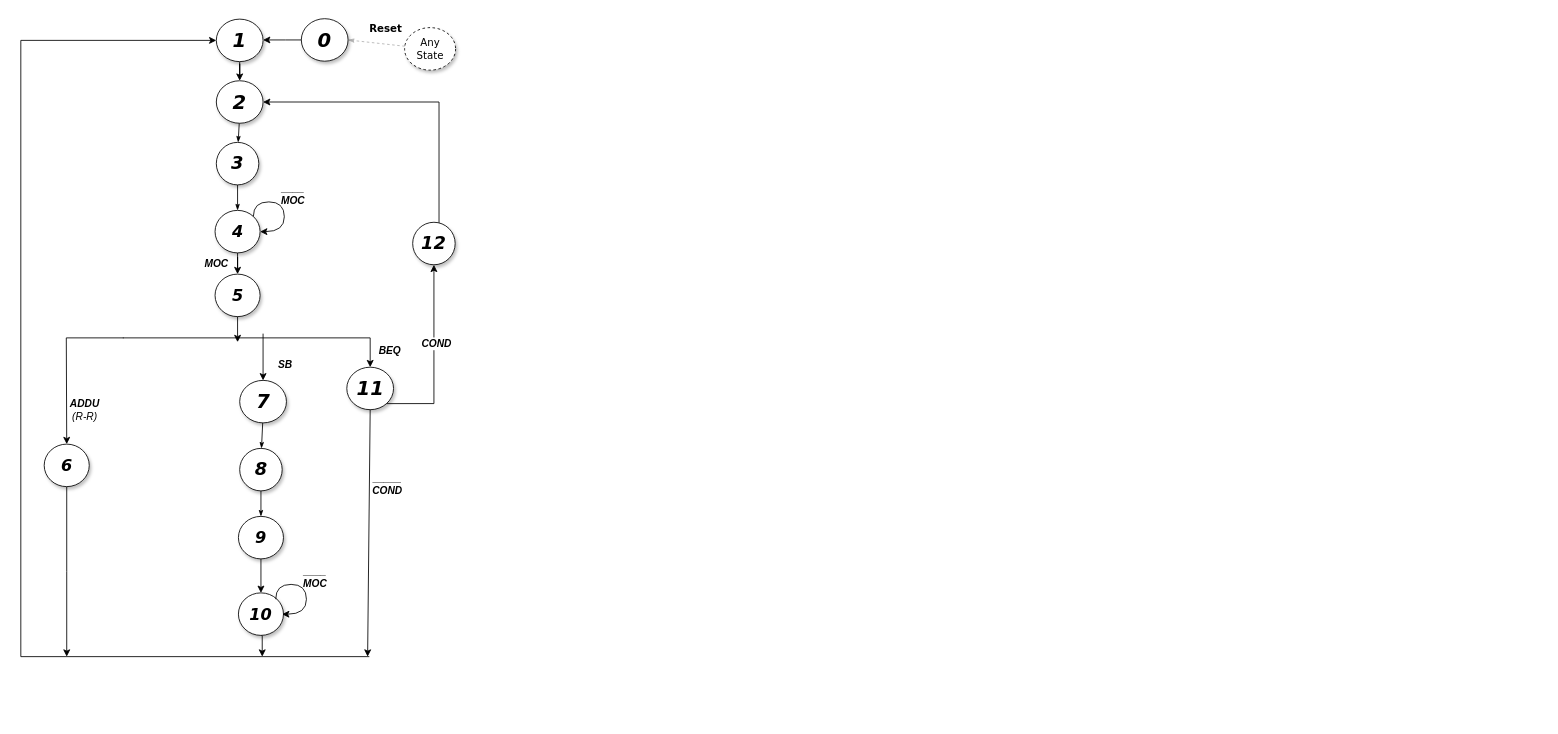
This is CPU_State_Diag.drawio from TheParodicts/MIPS_CPU_Diagram, a draw.io file, before an edit. Source tidied: cells renumbered, new cells numbered last; positions are measured from the earlier drawing's top-left corner, leaving out a move shared by most shapes. Both pictures are drawn from the tidied source at 85%, with x=0, y=0 at pixel (20, 19).
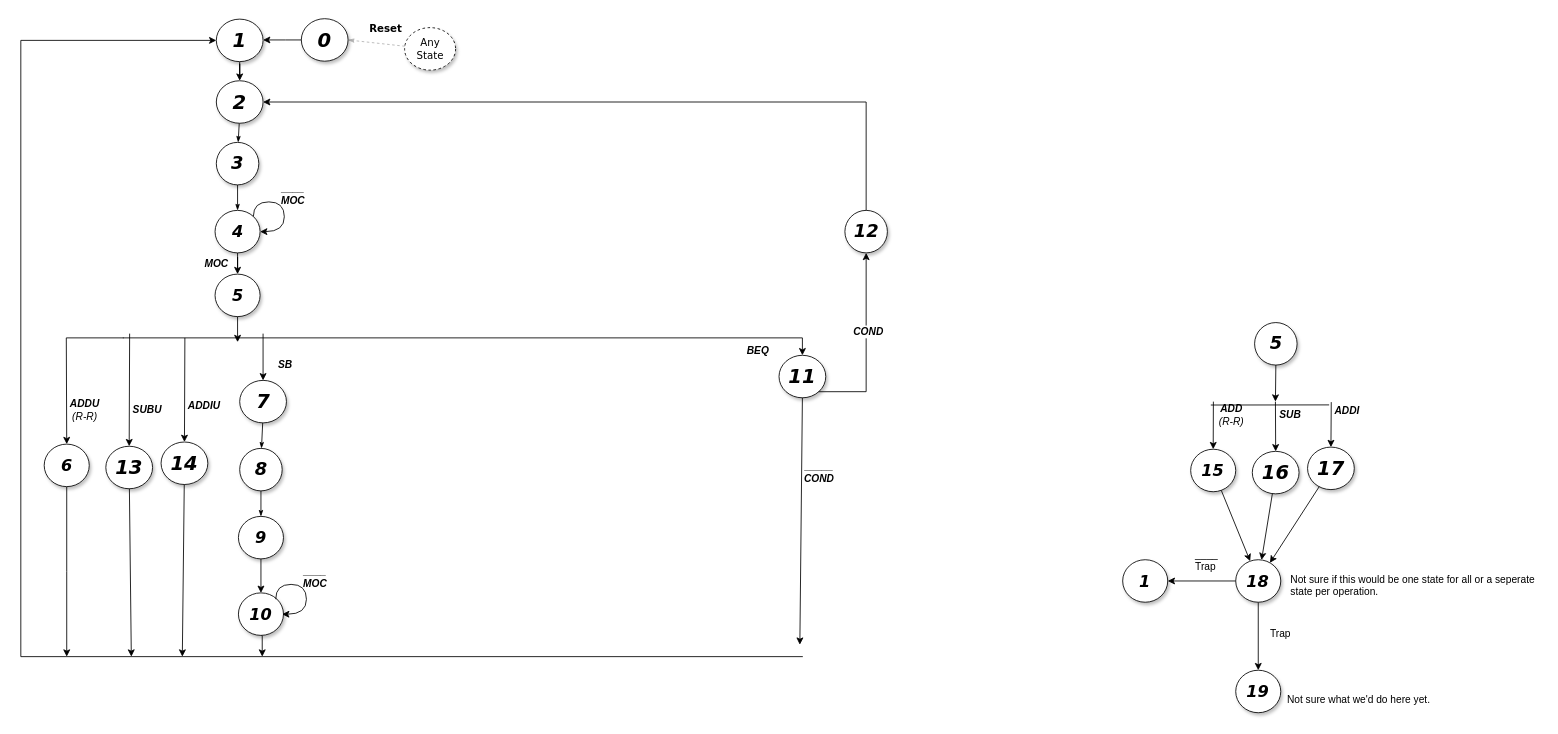
After the change.

Commit message:
Started adding preliminary nodes for new instructions.

The change refers to these unchanged cells:
```xml
<mxCell id="5" value="&lt;b&gt;&lt;i&gt;&lt;font style=&quot;font-size: 23px&quot;&gt;2&lt;/font&gt;&lt;/i&gt;&lt;/b&gt;" style="ellipse;whiteSpace=wrap;html=1;rounded=0;shadow=1;comic=0;labelBackgroundColor=none;strokeColor=#000000;strokeWidth=1;fillColor=#FFFFFF;fontFamily=Verdana;fontSize=12;fontColor=#000000;align=center;" parent="1" vertex="1">
  <mxGeometry x="230" y="72.5" width="55" height="50" as="geometry" />
</mxCell>
<mxCell id="9" value="&lt;b&gt;&lt;i&gt;&lt;font style=&quot;font-size: 23px&quot;&gt;1&lt;/font&gt;&lt;/i&gt;&lt;/b&gt;" style="ellipse;whiteSpace=wrap;html=1;rounded=0;shadow=1;comic=0;labelBackgroundColor=none;strokeColor=#000000;strokeWidth=1;fillColor=#FFFFFF;fontFamily=Verdana;fontSize=12;fontColor=#000000;align=center;" parent="1" vertex="1">
  <mxGeometry x="230" width="55" height="50" as="geometry" />
</mxCell>
<mxCell id="15" style="edgeStyle=orthogonalEdgeStyle;rounded=0;jettySize=auto;html=1;" parent="1" edge="1" target="18">
  <mxGeometry relative="1" as="geometry">
    <mxPoint x="121" y="375" as="sourcePoint" />
    <Array as="points">
      <mxPoint x="120.5" y="375" />
      <mxPoint x="53.5" y="375" />
    </Array>
  </mxGeometry>
</mxCell>
```

Diff of the diagram source:
```diff
@@
+    <mxCell id="45" value="&lt;i&gt;&lt;b&gt;ADD&lt;/b&gt;&lt;br&gt;(R-R)&lt;/i&gt;&lt;br&gt;" style="text;html=1;align=center;verticalAlign=middle;labelBackgroundColor=#ffffff;" parent="15" vertex="1">
+      <mxGeometry x="0.37" y="-3" relative="1" as="geometry">
+        <mxPoint x="1372.3" y="25.5" as="offset" />
+      </mxGeometry>
+    </mxCell>
@@
     <mxCell id="22" style="endArrow=classic;html=1;edgeStyle=orthogonalEdgeStyle;rounded=0;" parent="1" edge="1" target="9">
       <mxGeometry relative="1" as="geometry">
-        <mxPoint x="410" y="750" as="sourcePoint" />
+        <mxPoint x="920" y="750" as="sourcePoint" />
         <Array as="points">
           <mxPoint y="750" />
           <mxPoint y="25" />
         </Array>
       </mxGeometry>
     </mxCell>
@@
     <mxCell id="33" value="&lt;span style=&quot;font-size: 23px&quot;&gt;&lt;b&gt;&lt;i&gt;11&lt;/i&gt;&lt;/b&gt;&lt;/span&gt;" style="ellipse;whiteSpace=wrap;html=1;rounded=0;shadow=1;comic=0;labelBackgroundColor=none;strokeColor=#000000;strokeWidth=1;fillColor=#FFFFFF;fontFamily=Verdana;fontSize=12;fontColor=#000000;align=center;" parent="1" vertex="1">
-      <mxGeometry x="383.5" y="409.5" width="55" height="50" as="geometry" />
+      <mxGeometry x="892" y="395.5" width="55" height="50" as="geometry" />
     </mxCell>
     <mxCell id="34" style="rounded=0;jumpSize=0;jettySize=auto;html=1;exitX=0.5;exitY=1;exitDx=0;exitDy=0;strokeColor=#000000;" parent="1" edge="1" source="33">
       <mxGeometry relative="1" as="geometry">
-        <mxPoint x="408" y="750" as="targetPoint" />
+        <mxPoint x="916.5" y="736" as="targetPoint" />
       </mxGeometry>
     </mxCell>
@@
     <mxCell id="38" style="edgeStyle=orthogonalEdgeStyle;rounded=0;jumpSize=0;jettySize=auto;html=1;strokeColor=#000000;entryX=1;entryY=0.5;entryDx=0;entryDy=0;" parent="1" edge="1" source="39" target="5">
       <mxGeometry relative="1" as="geometry">
         <Array as="points">
-          <mxPoint x="492" y="98" />
+          <mxPoint x="995" y="98" />
         </Array>
       </mxGeometry>
     </mxCell>
     <mxCell id="39" value="&lt;span&gt;&lt;b&gt;&lt;i&gt;&lt;font style=&quot;font-size: 21px&quot;&gt;12&lt;/font&gt;&lt;/i&gt;&lt;/b&gt;&lt;/span&gt;" style="ellipse;whiteSpace=wrap;html=1;rounded=0;shadow=1;comic=0;labelBackgroundColor=none;strokeColor=#000000;strokeWidth=1;fillColor=#FFFFFF;fontFamily=Verdana;fontSize=12;fontColor=#000000;align=center;" parent="1" vertex="1">
-      <mxGeometry x="461" y="239" width="50" height="50" as="geometry" />
+      <mxGeometry x="969.5" y="225" width="50" height="50" as="geometry" />
     </mxCell>
     <mxCell id="40" style="endArrow=classic;html=1;strokeColor=#000000;edgeStyle=orthogonalEdgeStyle;rounded=0;jumpSize=0;entryX=0.5;entryY=0;entryDx=0;entryDy=0;" parent="1" edge="1" target="33">
       <mxGeometry relative="1" as="geometry">
         <mxPoint x="120" y="375" as="sourcePoint" />
         <Array as="points">
-          <mxPoint x="120" y="375" />
-          <mxPoint x="411" y="375" />
+          <mxPoint x="920" y="375" />
         </Array>
       </mxGeometry>
     </mxCell>
@@
+    <mxCell id="46" value="&lt;span style=&quot;font-size: 23px&quot;&gt;&lt;b&gt;&lt;i&gt;13&lt;/i&gt;&lt;/b&gt;&lt;/span&gt;" style="ellipse;whiteSpace=wrap;html=1;rounded=0;shadow=1;comic=0;labelBackgroundColor=none;strokeColor=#000000;strokeWidth=1;fillColor=#FFFFFF;fontFamily=Verdana;fontSize=12;fontColor=#000000;align=center;" parent="1" vertex="1">
+      <mxGeometry x="100" y="502.5" width="55" height="50" as="geometry" />
+    </mxCell>
+    <mxCell id="47" style="endArrow=classic;html=1;" parent="1" edge="1" target="46">
+      <mxGeometry relative="1" as="geometry">
+        <mxPoint x="128" y="370" as="sourcePoint" />
+      </mxGeometry>
+    </mxCell>
+    <mxCell id="48" value="&lt;b&gt;&lt;i&gt;SUBU&lt;/i&gt;&lt;/b&gt;" style="text;html=1;align=left;verticalAlign=top;spacingTop=-4;" parent="1" vertex="1">
+      <mxGeometry x="130" y="450" width="50" height="20" as="geometry" />
+    </mxCell>
+    <mxCell id="49" style="rounded=0;jettySize=auto;html=1;" parent="1" edge="1" source="46">
+      <mxGeometry relative="1" as="geometry">
+        <mxPoint x="130" y="750" as="targetPoint" />
+      </mxGeometry>
+    </mxCell>
+    <mxCell id="50" value="&lt;span style=&quot;font-size: 23px&quot;&gt;&lt;b&gt;&lt;i&gt;14&lt;/i&gt;&lt;/b&gt;&lt;/span&gt;" style="ellipse;whiteSpace=wrap;html=1;rounded=0;shadow=1;comic=0;labelBackgroundColor=none;strokeColor=#000000;strokeWidth=1;fillColor=#FFFFFF;fontFamily=Verdana;fontSize=12;fontColor=#000000;align=center;" parent="1" vertex="1">
+      <mxGeometry x="165" y="497.5" width="55" height="50" as="geometry" />
+    </mxCell>
+    <mxCell id="51" style="endArrow=classic;html=1;" parent="1" edge="1" target="50">
+      <mxGeometry relative="1" as="geometry">
+        <mxPoint x="193" y="375" as="sourcePoint" />
+      </mxGeometry>
+    </mxCell>
+    <mxCell id="52" value="&lt;b&gt;&lt;i&gt;ADDIU&lt;/i&gt;&lt;/b&gt;" style="text;html=1;align=left;verticalAlign=top;spacingTop=-4;" parent="1" vertex="1">
+      <mxGeometry x="195" y="445" width="50" height="20" as="geometry" />
+    </mxCell>
+    <mxCell id="53" style="rounded=0;jettySize=auto;html=1;" parent="1" edge="1" source="50">
+      <mxGeometry relative="1" as="geometry">
+        <mxPoint x="190" y="750" as="targetPoint" />
+      </mxGeometry>
+    </mxCell>
+    <mxCell id="54" style="edgeStyle=none;rounded=0;jettySize=auto;html=1;" parent="1" edge="1" source="55" target="58">
+      <mxGeometry relative="1" as="geometry" />
+    </mxCell>
+    <mxCell id="55" value="&lt;span&gt;&lt;b&gt;&lt;i&gt;&lt;font style=&quot;font-size: 19px&quot;&gt;15&lt;/font&gt;&lt;/i&gt;&lt;/b&gt;&lt;/span&gt;" style="ellipse;whiteSpace=wrap;html=1;rounded=0;shadow=1;comic=0;labelBackgroundColor=none;strokeColor=#000000;strokeWidth=1;fillColor=#FFFFFF;fontFamily=Verdana;fontSize=12;fontColor=#000000;align=center;" parent="1" vertex="1">
+      <mxGeometry x="1376.3" y="506" width="53" height="50" as="geometry" />
+    </mxCell>
+    <mxCell id="56" style="edgeStyle=none;rounded=0;jettySize=auto;html=1;" parent="1" edge="1" source="58" target="60">
+      <mxGeometry relative="1" as="geometry" />
+    </mxCell>
+    <mxCell id="57" style="edgeStyle=none;rounded=0;jettySize=auto;html=1;" parent="1" edge="1" source="58" target="59">
+      <mxGeometry relative="1" as="geometry" />
+    </mxCell>
+    <mxCell id="58" value="&lt;span&gt;&lt;b&gt;&lt;i&gt;&lt;font style=&quot;font-size: 19px&quot;&gt;18&lt;/font&gt;&lt;/i&gt;&lt;/b&gt;&lt;/span&gt;" style="ellipse;whiteSpace=wrap;html=1;rounded=0;shadow=1;comic=0;labelBackgroundColor=none;strokeColor=#000000;strokeWidth=1;fillColor=#FFFFFF;fontFamily=Verdana;fontSize=12;fontColor=#000000;align=center;" parent="1" vertex="1">
+      <mxGeometry x="1429.3" y="636" width="53" height="50" as="geometry" />
+    </mxCell>
+    <mxCell id="59" value="&lt;span&gt;&lt;b&gt;&lt;i&gt;&lt;font style=&quot;font-size: 19px&quot;&gt;19&lt;/font&gt;&lt;/i&gt;&lt;/b&gt;&lt;/span&gt;" style="ellipse;whiteSpace=wrap;html=1;rounded=0;shadow=1;comic=0;labelBackgroundColor=none;strokeColor=#000000;strokeWidth=1;fillColor=#FFFFFF;fontFamily=Verdana;fontSize=12;fontColor=#000000;align=center;" parent="1" vertex="1">
+      <mxGeometry x="1429.3" y="766" width="53" height="50" as="geometry" />
+    </mxCell>
+    <mxCell id="60" value="&lt;span&gt;&lt;b&gt;&lt;i&gt;&lt;font style=&quot;font-size: 19px&quot;&gt;1&lt;/font&gt;&lt;/i&gt;&lt;/b&gt;&lt;/span&gt;" style="ellipse;whiteSpace=wrap;html=1;rounded=0;shadow=1;comic=0;labelBackgroundColor=none;strokeColor=#000000;strokeWidth=1;fillColor=#FFFFFF;fontFamily=Verdana;fontSize=12;fontColor=#000000;align=center;" parent="1" vertex="1">
+      <mxGeometry x="1296.3" y="636" width="53" height="50" as="geometry" />
+    </mxCell>
+    <mxCell id="61" value="&lt;span style=&quot;font-size: 23px&quot;&gt;&lt;b&gt;&lt;i&gt;16&lt;/i&gt;&lt;/b&gt;&lt;/span&gt;" style="ellipse;whiteSpace=wrap;html=1;rounded=0;shadow=1;comic=0;labelBackgroundColor=none;strokeColor=#000000;strokeWidth=1;fillColor=#FFFFFF;fontFamily=Verdana;fontSize=12;fontColor=#000000;align=center;" parent="1" vertex="1">
+      <mxGeometry x="1448.8" y="508.5" width="55" height="50" as="geometry" />
+    </mxCell>
+    <mxCell id="62" value="&lt;b&gt;&lt;i&gt;SUB&lt;/i&gt;&lt;/b&gt;" style="text;html=1;align=left;verticalAlign=top;spacingTop=-4;" parent="1" vertex="1">
+      <mxGeometry x="1478.8" y="456" width="40" height="20" as="geometry" />
+    </mxCell>
+    <mxCell id="63" value="&lt;span style=&quot;font-size: 23px&quot;&gt;&lt;b&gt;&lt;i&gt;17&lt;/i&gt;&lt;/b&gt;&lt;/span&gt;" style="ellipse;whiteSpace=wrap;html=1;rounded=0;shadow=1;comic=0;labelBackgroundColor=none;strokeColor=#000000;strokeWidth=1;fillColor=#FFFFFF;fontFamily=Verdana;fontSize=12;fontColor=#000000;align=center;" parent="1" vertex="1">
+      <mxGeometry x="1513.8" y="503.5" width="55" height="50" as="geometry" />
+    </mxCell>
+    <mxCell id="64" value="&lt;b&gt;&lt;i&gt;ADDI&lt;/i&gt;&lt;/b&gt;" style="text;html=1;points=[];align=left;verticalAlign=top;spacingTop=-4;" parent="1" vertex="1">
+      <mxGeometry x="1543.8" y="451" width="40" height="20" as="geometry" />
+    </mxCell>
+    <mxCell id="65" style="endArrow=classic;html=1;" parent="1" edge="1" target="55">
+      <mxGeometry relative="1" as="geometry">
+        <mxPoint x="1403" y="450" as="sourcePoint" />
+      </mxGeometry>
+    </mxCell>
+    <mxCell id="66" style="endArrow=classic;html=1;" parent="1" edge="1" target="61">
+      <mxGeometry relative="1" as="geometry">
+        <mxPoint x="1476" y="450" as="sourcePoint" />
+      </mxGeometry>
+    </mxCell>
+    <mxCell id="67" style="endArrow=classic;html=1;exitX=-0.053;exitY=-0.02;exitDx=0;exitDy=0;exitPerimeter=0;" parent="1" edge="1" source="64" target="63">
+      <mxGeometry relative="1" as="geometry" />
+    </mxCell>
+    <mxCell id="68" style="endArrow=none;html=1;entryX=-0.115;entryY=0.143;entryDx=0;entryDy=0;entryPerimeter=0;" parent="1" edge="1" target="64">
+      <mxGeometry relative="1" as="geometry">
+        <mxPoint x="1400" y="454" as="sourcePoint" />
+      </mxGeometry>
+    </mxCell>
+    <mxCell id="69" value="&lt;span&gt;&lt;b&gt;&lt;i&gt;&lt;font style=&quot;font-size: 21px&quot;&gt;5&lt;/font&gt;&lt;/i&gt;&lt;/b&gt;&lt;/span&gt;" style="ellipse;whiteSpace=wrap;html=1;rounded=0;shadow=1;comic=0;labelBackgroundColor=none;strokeColor=#000000;strokeWidth=1;fillColor=#FFFFFF;fontFamily=Verdana;fontSize=12;fontColor=#000000;align=center;" parent="1" vertex="1">
+      <mxGeometry x="1451.5" y="357" width="50" height="50" as="geometry" />
+    </mxCell>
+    <mxCell id="70" style="endArrow=classic;html=1;" parent="1" edge="1" source="69">
+      <mxGeometry relative="1" as="geometry">
+        <mxPoint x="1476" y="450" as="targetPoint" />
+      </mxGeometry>
+    </mxCell>
+    <mxCell id="71" style="endArrow=classic;html=1;" parent="1" edge="1" source="61" target="58">
+      <mxGeometry relative="1" as="geometry" />
+    </mxCell>
+    <mxCell id="72" style="endArrow=classic;html=1;" parent="1" edge="1" source="63" target="58">
+      <mxGeometry relative="1" as="geometry" />
+    </mxCell>
+    <mxCell id="73" value="____&lt;br&gt;Trap&lt;br&gt;" style="text;html=1;align=left;verticalAlign=top;spacingTop=-4;" parent="1" vertex="1">
+      <mxGeometry x="1380" y="620" width="40" height="30" as="geometry" />
+    </mxCell>
+    <mxCell id="74" value="Trap" style="text;html=1;align=left;verticalAlign=top;spacingTop=-4;" parent="1" vertex="1">
+      <mxGeometry x="1468" y="713" width="40" height="20" as="geometry" />
+    </mxCell>
+    <mxCell id="75" value="Not sure what we'd do here yet." style="text;html=1;align=left;verticalAlign=top;spacingTop=-4;" parent="1" vertex="1">
+      <mxGeometry x="1488" y="791" width="180" height="20" as="geometry" />
+    </mxCell>
+    <mxCell id="76" value="Not sure if this would be one state for all or a seperate&lt;br&gt;state per operation.&lt;br&gt;" style="text;html=1;align=left;verticalAlign=top;spacingTop=-4;" parent="1" vertex="1">
+      <mxGeometry x="1491.5" y="650" width="300" height="30" as="geometry" />
+    </mxCell>
```
